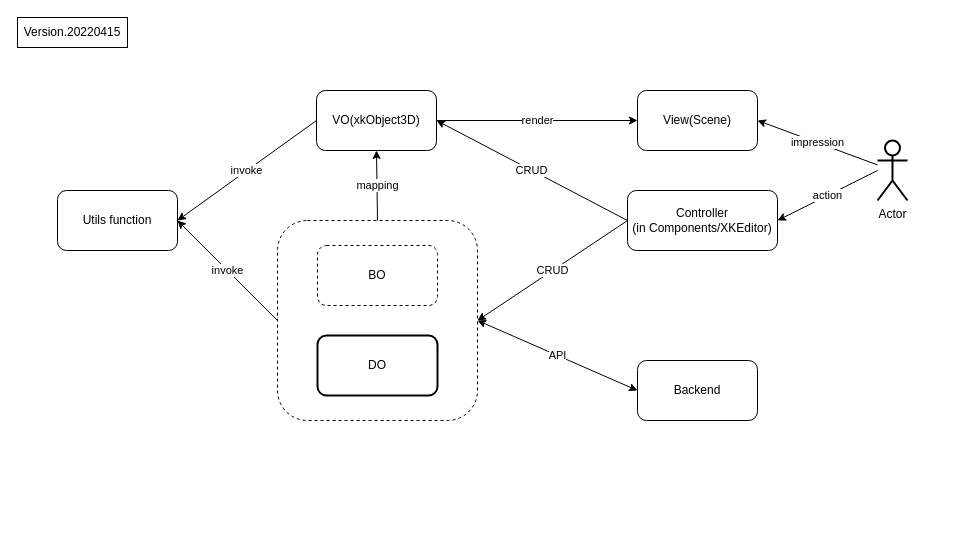
This is xk/frontend_cad.general.drawio from fqd511/charts, a draw.io file, before an edit. Source tidied: cells renumbered, new cells numbered last; positions are measured from the earlier drawing's top-left corner, leaving out a move shared by most shapes. Both pictures are drawn from the tidied source at 100%, with x=0, y=0 at pixel (17, 17).
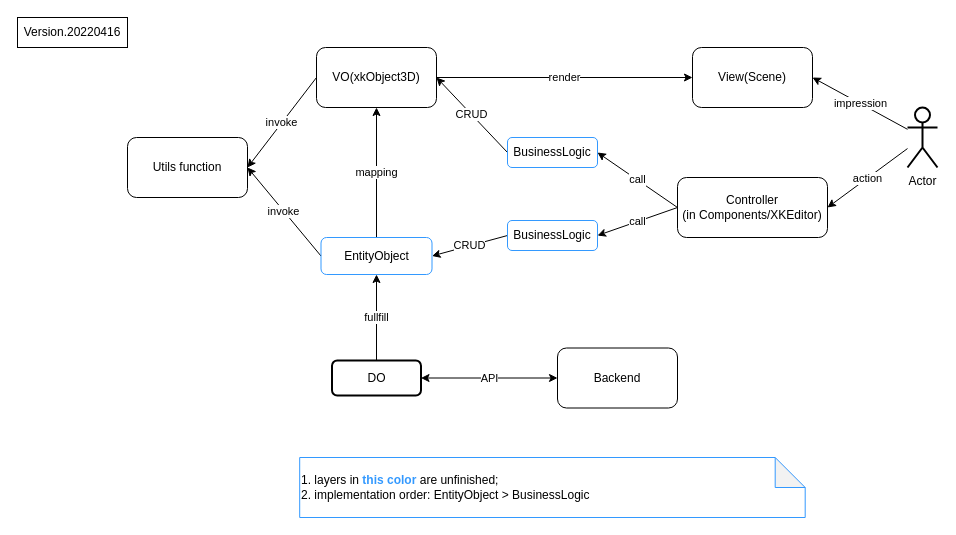
The same page after the edit.

What changed in the source:
```diff
@@
     <mxCell id="2" value="VO(xkObject3D)" style="rounded=1;whiteSpace=wrap;html=1;fillColor=none;" parent="1" vertex="1">
-      <mxGeometry x="299" y="73" width="120" height="60" as="geometry" />
+      <mxGeometry x="299" y="30" width="120" height="60" as="geometry" />
     </mxCell>
     <mxCell id="3" value="Utils function" style="rounded=1;whiteSpace=wrap;html=1;fillColor=none;" parent="1" vertex="1">
-      <mxGeometry x="40" y="173" width="120" height="60" as="geometry" />
+      <mxGeometry x="110" y="120" width="120" height="60" as="geometry" />
     </mxCell>
     <mxCell id="4" value="View(Scene)" style="rounded=1;whiteSpace=wrap;html=1;fillColor=none;" parent="1" vertex="1">
-      <mxGeometry x="620" y="73" width="120" height="60" as="geometry" />
+      <mxGeometry x="675" y="30" width="120" height="60" as="geometry" />
     </mxCell>
     <mxCell id="5" value="Backend" style="rounded=1;whiteSpace=wrap;html=1;fillColor=none;" parent="1" vertex="1">
-      <mxGeometry x="620" y="343" width="120" height="60" as="geometry" />
+      <mxGeometry x="540" y="330.5" width="120" height="60" as="geometry" />
     </mxCell>
-    <mxCell id="6" value="API" style="endArrow=classic;startArrow=classic;html=1;rounded=0;entryX=0;entryY=0.5;entryDx=0;entryDy=0;exitX=1;exitY=0.5;exitDx=0;exitDy=0;" parent="1" edge="1" source="9" target="5">
+    <mxCell id="6" value="API" style="endArrow=classic;startArrow=classic;html=1;rounded=0;entryX=0;entryY=0.5;entryDx=0;entryDy=0;exitX=1;exitY=0.5;exitDx=0;exitDy=0;" parent="1" edge="1" source="12" target="5">
       <mxGeometry relative="1" as="geometry" />
     </mxCell>
@@
-    <mxCell id="8" style="group;" parent="1" vertex="1">
-      <mxGeometry x="260" y="203" width="200" height="200" as="geometry" />
-    </mxCell>
-    <mxCell id="9" style="rounded=1;whiteSpace=wrap;html=1;dashed=1;fillColor=none;" parent="8" vertex="1">
-      <mxGeometry width="200" height="200" as="geometry" />
-    </mxCell>
-    <mxCell id="10" style="group;" parent="8" vertex="1">
-      <mxGeometry x="40" y="25" width="120" height="150" as="geometry" />
-    </mxCell>
-    <mxCell id="11" value="BO" style="rounded=1;whiteSpace=wrap;html=1;dashed=1;fillColor=none;" parent="10" vertex="1">
-      <mxGeometry width="120" height="60" as="geometry" />
-    </mxCell>
-    <mxCell id="12" value="DO" style="rounded=1;whiteSpace=wrap;html=1;fillColor=none;strokeWidth=2;" parent="10" vertex="1">
-      <mxGeometry y="90" width="120" height="60" as="geometry" />
-    </mxCell>
-    <mxCell id="13" value="mapping" style="endArrow=classic;html=1;rounded=0;exitX=0.5;exitY=0;exitDx=0;exitDy=0;entryX=0.5;entryY=1;entryDx=0;entryDy=0;" parent="1" edge="1" source="9" target="2">
+    <mxCell id="13" value="mapping" style="endArrow=classic;html=1;rounded=0;exitX=0.5;exitY=0;exitDx=0;exitDy=0;entryX=0.5;entryY=1;entryDx=0;entryDy=0;" parent="1" edge="1" source="11" target="2">
       <mxGeometry relative="1" as="geometry" />
     </mxCell>
@@
-    <mxCell id="15" value="invoke" style="endArrow=classic;html=1;rounded=0;exitX=0;exitY=0.5;exitDx=0;exitDy=0;" parent="1" edge="1" source="9">
-      <mxGeometry relative="1" as="geometry">
-        <mxPoint x="160" y="203" as="targetPoint" />
-      </mxGeometry>
+    <mxCell id="15" value="invoke" style="endArrow=classic;html=1;rounded=0;exitX=0;exitY=0.5;exitDx=0;exitDy=0;entryX=1;entryY=0.5;entryDx=0;entryDy=0;" parent="1" edge="1" source="11" target="3">
+      <mxGeometry relative="1" as="geometry" />
     </mxCell>
     <mxCell id="16" value="Controller&lt;br&gt;(in Components/XKEditor)" style="rounded=1;whiteSpace=wrap;html=1;fillColor=none;" parent="1" vertex="1">
-      <mxGeometry x="610" y="173" width="150" height="60" as="geometry" />
+      <mxGeometry x="660" y="160" width="150" height="60" as="geometry" />
     </mxCell>
-    <mxCell id="17" value="CRUD" style="endArrow=classic;html=1;rounded=0;exitX=0;exitY=0.5;exitDx=0;exitDy=0;entryX=1;entryY=0.5;entryDx=0;entryDy=0;" parent="1" edge="1" source="16" target="2">
+    <mxCell id="17" value="CRUD" style="endArrow=classic;html=1;rounded=0;exitX=0;exitY=0.5;exitDx=0;exitDy=0;entryX=1;entryY=0.5;entryDx=0;entryDy=0;" parent="1" edge="1" source="26" target="2">
       <mxGeometry relative="1" as="geometry" />
     </mxCell>
-    <mxCell id="18" value="CRUD" style="endArrow=classic;html=1;rounded=0;exitX=0;exitY=0.5;exitDx=0;exitDy=0;entryX=1;entryY=0.5;entryDx=0;entryDy=0;" parent="1" edge="1" source="16" target="9">
+    <mxCell id="18" value="CRUD" style="endArrow=classic;html=1;rounded=0;entryX=1;entryY=0.5;entryDx=0;entryDy=0;exitX=0;exitY=0.5;exitDx=0;exitDy=0;" parent="1" edge="1" source="24" target="11">
       <mxGeometry relative="1" as="geometry" />
     </mxCell>
     <mxCell id="19" value="Actor" style="shape=umlActor;verticalLabelPosition=bottom;verticalAlign=top;html=1;outlineConnect=0;strokeWidth=2;fillColor=none;" parent="1" vertex="1">
-      <mxGeometry x="860" y="123" width="30" height="60" as="geometry" />
+      <mxGeometry x="890" y="90" width="30" height="60" as="geometry" />
     </mxCell>
@@
-    <mxCell id="21" value="action" style="endArrow=classic;html=1;rounded=0;entryX=1;entryY=0.5;entryDx=0;entryDy=0;" parent="1" edge="1" target="16">
-      <mxGeometry relative="1" as="geometry">
-        <mxPoint x="860" y="153" as="sourcePoint" />
-      </mxGeometry>
+    <mxCell id="21" value="action" style="endArrow=classic;html=1;rounded=0;entryX=1;entryY=0.5;entryDx=0;entryDy=0;" parent="1" edge="1" source="19" target="16">
+      <mxGeometry relative="1" as="geometry" />
     </mxCell>
-    <mxCell id="22" value="Version.20220415" style="rounded=0;whiteSpace=wrap;html=1;strokeWidth=1;fillColor=none;" parent="1" vertex="1">
+    <mxCell id="22" value="Version.20220416" style="rounded=0;whiteSpace=wrap;html=1;strokeWidth=1;fillColor=none;" parent="1" vertex="1">
       <mxGeometry width="110" height="30" as="geometry" />
     </mxCell>
+    <mxCell id="11" value="EntityObject" style="rounded=1;whiteSpace=wrap;html=1;fillColor=none;strokeColor=#3399FF;" parent="1" vertex="1">
+      <mxGeometry x="303.5" y="220" width="111" height="37" as="geometry" />
+    </mxCell>
+    <mxCell id="12" value="DO" style="rounded=1;whiteSpace=wrap;html=1;fillColor=none;strokeWidth=2;" parent="1" vertex="1">
+      <mxGeometry x="314.5" y="343" width="89" height="35" as="geometry" />
+    </mxCell>
+    <mxCell id="23" value="fullfill" style="endArrow=classic;html=1;rounded=0;entryX=0.5;entryY=1;entryDx=0;entryDy=0;exitX=0.5;exitY=0;exitDx=0;exitDy=0;" parent="1" edge="1" source="12" target="11">
+      <mxGeometry relative="1" as="geometry" />
+    </mxCell>
+    <mxCell id="24" value="BusinessLogic" style="whiteSpace=wrap;html=1;strokeColor=#3399FF;rounded=1;rotation=0;fillColor=none;" parent="1" vertex="1">
+      <mxGeometry x="490" y="203" width="90" height="30" as="geometry" />
+    </mxCell>
+    <mxCell id="25" value="call" style="endArrow=classic;html=1;rounded=0;entryX=1;entryY=0.5;entryDx=0;entryDy=0;exitX=0;exitY=0.5;exitDx=0;exitDy=0;" parent="1" edge="1" source="16" target="24">
+      <mxGeometry relative="1" as="geometry" />
+    </mxCell>
+    <mxCell id="26" value="BusinessLogic" style="whiteSpace=wrap;html=1;strokeColor=#3399FF;rounded=1;rotation=0;fillColor=none;" parent="1" vertex="1">
+      <mxGeometry x="490" y="120" width="90" height="30" as="geometry" />
+    </mxCell>
+    <mxCell id="27" value="call" style="endArrow=classic;html=1;rounded=0;entryX=1;entryY=0.5;entryDx=0;entryDy=0;exitX=0;exitY=0.5;exitDx=0;exitDy=0;" parent="1" edge="1" source="16" target="26">
+      <mxGeometry relative="1" as="geometry" />
+    </mxCell>
+    <mxCell id="28" value="1. layers in &lt;font color=&quot;#3399ff&quot; style=&quot;font-weight: bold&quot;&gt;this color&lt;/font&gt; are unfinished;&lt;br&gt;2. implementation order: EntityObject &amp;gt; BusinessLogic" style="shape=note;whiteSpace=wrap;html=1;backgroundOutline=1;darkOpacity=0.05;rounded=1;strokeColor=#3399FF;align=left;" parent="1" vertex="1">
+      <mxGeometry x="282.2" y="440" width="505.5" height="60" as="geometry" />
+    </mxCell>
```
